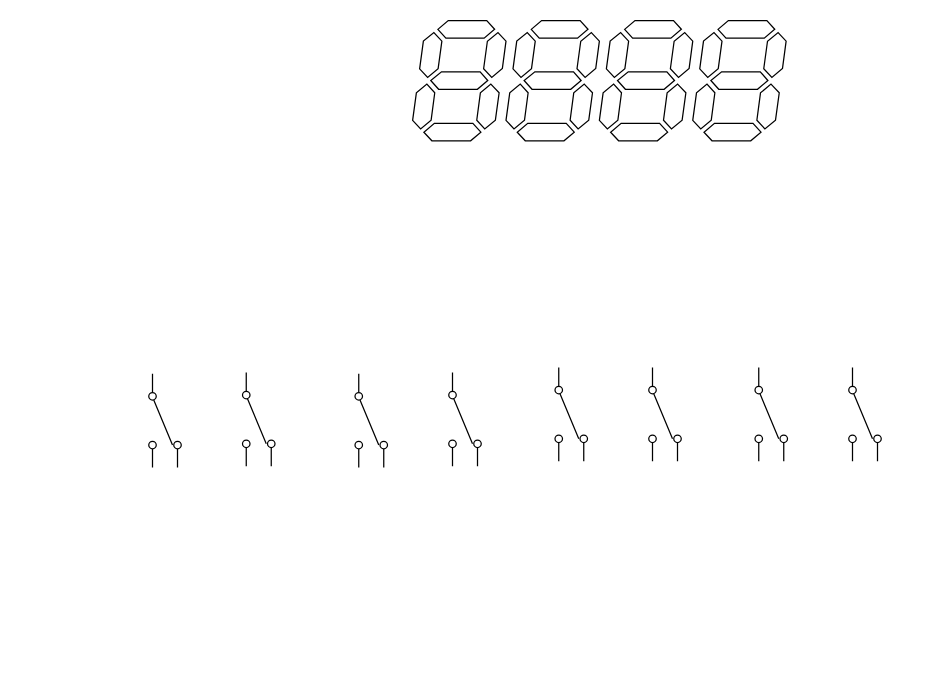
The draw.io diagram design.drawio in shanirub/cpp-project, before the edit. Source tidied: cells renumbered, new cells numbered last; positions are measured from the earlier drawing's top-left corner, leaving out a move shared by most shapes. Both pictures are drawn from the tidied source at 125%, with x=0, y=0 at pixel (118, 20).
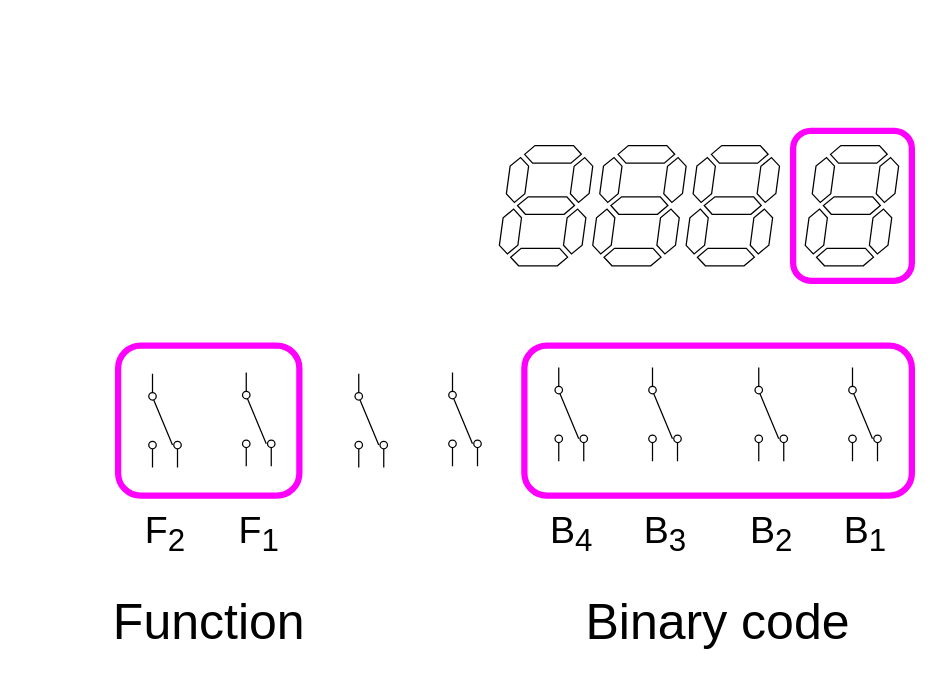
Above is the later version.

Commit message:
added bits names

Change to the diagram source:
```diff
@@
     <mxCell id="10" style="verticalLabelPosition=bottom;shadow=0;dashed=0;align=center;html=1;verticalAlign=top;shape=mxgraph.electrical.opto_electronics.7_segment_display;" parent="1" vertex="1">
-      <mxGeometry x="235.6" width="74.7" height="96.1" as="geometry" />
+      <mxGeometry x="305" y="100" width="74.7" height="96.1" as="geometry" />
     </mxCell>
     <mxCell id="11" style="verticalLabelPosition=bottom;shadow=0;dashed=0;align=center;html=1;verticalAlign=top;shape=mxgraph.electrical.opto_electronics.7_segment_display;" parent="1" vertex="1">
-      <mxGeometry x="310.3" width="74.7" height="96.1" as="geometry" />
+      <mxGeometry x="379.7" y="100" width="74.7" height="96.1" as="geometry" />
     </mxCell>
     <mxCell id="12" style="verticalLabelPosition=bottom;shadow=0;dashed=0;align=center;html=1;verticalAlign=top;shape=mxgraph.electrical.opto_electronics.7_segment_display;" parent="1" vertex="1">
-      <mxGeometry x="385" width="74.7" height="96.1" as="geometry" />
+      <mxGeometry x="454.4" y="100" width="74.7" height="96.1" as="geometry" />
     </mxCell>
     <mxCell id="13" style="verticalLabelPosition=bottom;shadow=0;dashed=0;align=center;html=1;verticalAlign=top;shape=mxgraph.electrical.opto_electronics.7_segment_display;" parent="1" vertex="1">
-      <mxGeometry x="459.7" width="74.7" height="96.1" as="geometry" />
+      <mxGeometry x="549.7" y="100" width="74.7" height="96.1" as="geometry" />
     </mxCell>
+    <mxCell id="14" style="rounded=1;whiteSpace=wrap;html=1;fillColor=none;strokeColor=#FF00FF;strokeWidth=5;" parent="1" vertex="1">
+      <mxGeometry x="325" y="260" width="310" height="120" as="geometry" />
+    </mxCell>
+    <mxCell id="15" style="rounded=1;whiteSpace=wrap;html=1;fillColor=none;strokeColor=#FF00FF;strokeWidth=5;" parent="1" vertex="1">
+      <mxGeometry y="260" width="145" height="120" as="geometry" />
+    </mxCell>
+    <mxCell id="16" style="rounded=1;whiteSpace=wrap;html=1;fillColor=none;strokeColor=#FF00FF;strokeWidth=5;" parent="1" vertex="1">
+      <mxGeometry x="540" y="88.1" width="95" height="120" as="geometry" />
+    </mxCell>
+    <mxCell id="17" value="&lt;font style=&quot;font-size: 40px&quot;&gt;Binary code&lt;/font&gt;" style="text;html=1;strokeColor=none;fillColor=none;align=center;verticalAlign=middle;whiteSpace=wrap;rounded=0;" parent="1" vertex="1">
+      <mxGeometry x="330" y="470" width="300" height="20" as="geometry" />
+    </mxCell>
+    <mxCell id="18" value="&lt;font style=&quot;font-size: 40px&quot;&gt;Function&lt;/font&gt;" style="text;html=1;strokeColor=none;fillColor=none;align=center;verticalAlign=middle;whiteSpace=wrap;rounded=0;" parent="1" vertex="1">
+      <mxGeometry x="-77.5" y="470" width="300" height="20" as="geometry" />
+    </mxCell>
+    <mxCell id="19" value="&lt;font style=&quot;font-size: 30px&quot;&gt;B&lt;sub&gt;1&lt;/sub&gt;&lt;/font&gt;" style="text;html=1;strokeColor=none;fillColor=none;align=center;verticalAlign=middle;whiteSpace=wrap;rounded=0;" parent="1" vertex="1">
+      <mxGeometry x="577.5" y="400" width="40" height="20" as="geometry" />
+    </mxCell>
+    <mxCell id="20" value="&lt;font style=&quot;font-size: 30px&quot;&gt;B&lt;sub&gt;2&lt;/sub&gt;&lt;/font&gt;" style="text;html=1;strokeColor=none;fillColor=none;align=center;verticalAlign=middle;whiteSpace=wrap;rounded=0;" parent="1" vertex="1">
+      <mxGeometry x="502.5" y="400" width="40" height="20" as="geometry" />
+    </mxCell>
+    <mxCell id="21" value="&lt;font style=&quot;font-size: 30px&quot;&gt;B&lt;sub&gt;3&lt;/sub&gt;&lt;/font&gt;" style="text;html=1;strokeColor=none;fillColor=none;align=center;verticalAlign=middle;whiteSpace=wrap;rounded=0;" parent="1" vertex="1">
+      <mxGeometry x="417.5" y="400" width="40" height="20" as="geometry" />
+    </mxCell>
+    <mxCell id="22" value="&lt;font style=&quot;font-size: 30px&quot;&gt;B&lt;sub&gt;4&lt;/sub&gt;&lt;/font&gt;" style="text;html=1;strokeColor=none;fillColor=none;align=center;verticalAlign=middle;whiteSpace=wrap;rounded=0;" parent="1" vertex="1">
+      <mxGeometry x="342.5" y="400" width="40" height="20" as="geometry" />
+    </mxCell>
+    <mxCell id="23" value="&lt;font style=&quot;font-size: 30px&quot;&gt;F&lt;sub&gt;1&lt;/sub&gt;&lt;/font&gt;" style="text;html=1;strokeColor=none;fillColor=none;align=center;verticalAlign=middle;whiteSpace=wrap;rounded=0;" parent="1" vertex="1">
+      <mxGeometry x="92.5" y="400" width="40" height="20" as="geometry" />
+    </mxCell>
+    <mxCell id="24" value="&lt;font style=&quot;font-size: 30px&quot;&gt;F&lt;sub&gt;2&lt;/sub&gt;&lt;/font&gt;" style="text;html=1;strokeColor=none;fillColor=none;align=center;verticalAlign=middle;whiteSpace=wrap;rounded=0;" parent="1" vertex="1">
+      <mxGeometry x="17.5" y="400" width="40" height="20" as="geometry" />
+    </mxCell>
```
